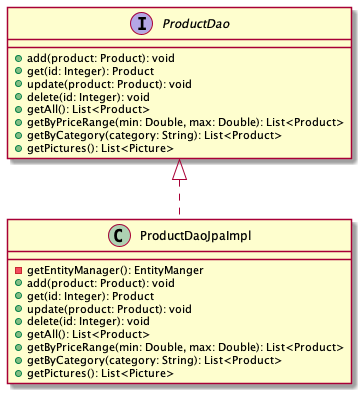
Earlier version of the PlantUML export classroom-demo/day-08/images/dao.png (vaishnavirk/SAPIENT-ASDE-JUNE-2021). Its diagram source:
```plantuml
@startuml

interface ProductDao {
    + add(product: Product): void
    + get(id: Integer): Product
    + update(product: Product): void
    + delete(id: Integer): void
    + getAll(): List<Product>
    + getByPriceRange(min: Double, max: Double): List<Product>
    + getByCategory(category: String): List<Product>
    + getPictures(): List<Picture>
}

class ProductDaoJpaImpl {
    - getEntityManager(): EntityManger
    + add(product: Product): void
    + get(id: Integer): Product
    + update(product: Product): void
    + delete(id: Integer): void
    + getAll(): List<Product>
    + getByPriceRange(min: Double, max: Double): List<Product>
    + getByCategory(category: String): List<Product>
    + getPictures(): List<Picture>
}


ProductDao <|.. ProductDaoJpaImpl
@enduml
```
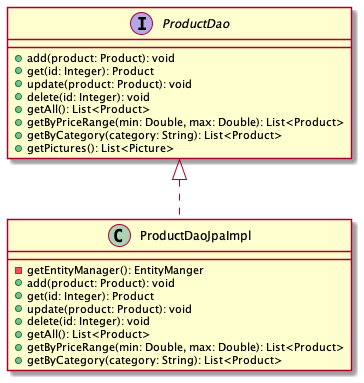
Later version of the same file.

Commit message:
day 8 assignment

Diff of the diagram source:
```diff
@@ -20,7 +20,6 @@
     + getAll(): List<Product>
     + getByPriceRange(min: Double, max: Double): List<Product>
     + getByCategory(category: String): List<Product>
-    + getPictures(): List<Picture>
 }
 
 
```
